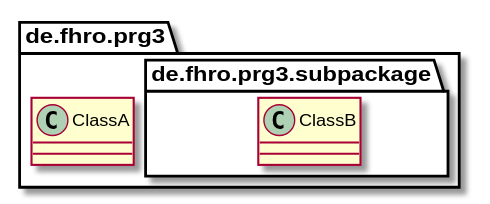
hsro-inf-prg3/hsro-inf-prg3.github.io keeps this PlantUML diagram as assets/plantuml/Packages.svg. Above is the earlier version. Source of this version:
```plantuml
@startuml Packages

package de.fhro.prg3 {
    class ClassA {

    }

    package de.fhro.prg3.subpackage {
        class ClassB {

        }
    }
}

@enduml
```
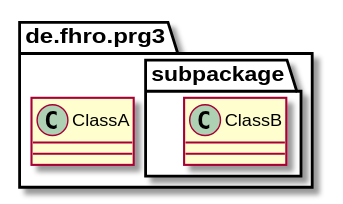
After the commit.

Commit message:
Improved package UML

The edit, as a diff of the source:
```diff
@@ -5,7 +5,7 @@
 
     }
 
-    package de.fhro.prg3.subpackage {
+    package subpackage {
         class ClassB {
 
         }
```
